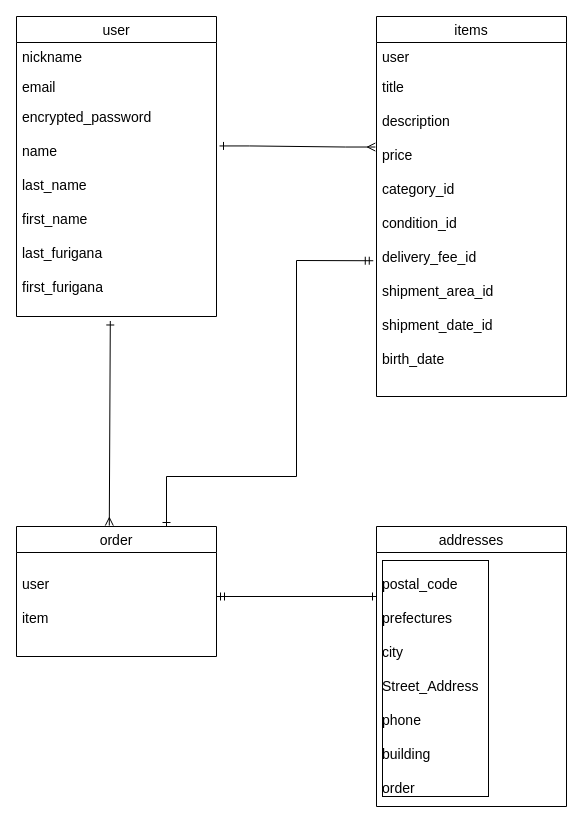
The draw.io diagram furima.dio in takanori-hagiwara/furima-33976, before the edit. Source tidied: cells renumbered, new cells numbered last; positions are measured from the earlier drawing's top-left corner, leaving out a move shared by most shapes. Both pictures are drawn from the tidied source at 100%, with x=0, y=0 at pixel (16, 16).
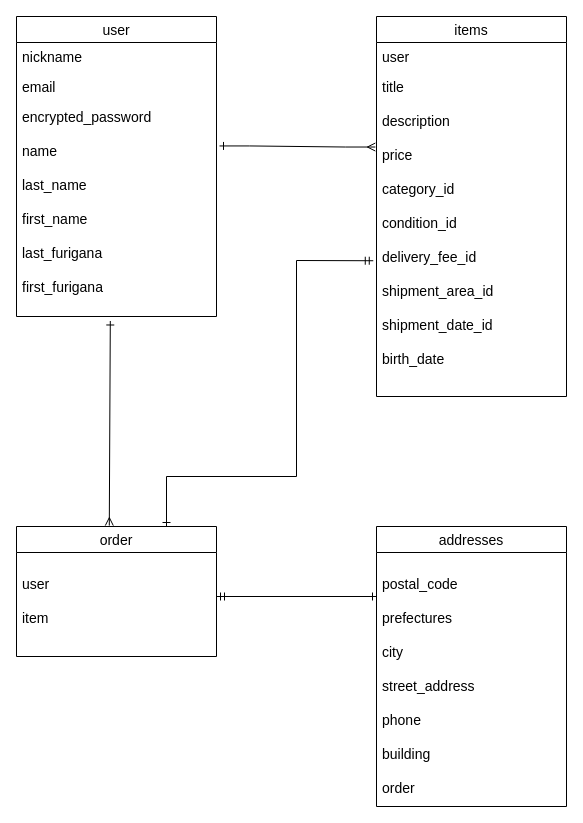
Above is the later version.

The edit, as a diff of the source:
```diff
@@
 <mxGraphModel>
   <root>
     <mxCell id="0" />
     <mxCell id="1" parent="0" />
     <mxCell id="2" value="addresses" style="swimlane;fontStyle=0;horizontal=1;startSize=26;align=center;fontSize=14;" parent="1" vertex="1">
       <mxGeometry x="360" y="510" width="190" height="280" as="geometry" />
     </mxCell>
-    <mxCell id="3" value="&#10;postal_code &#10;&#10;prefectures&#10;&#10;city &#10;&#10;Street_Address  &#10;&#10;phone &#10;&#10;building&#10;&#10;order" style="text;strokeColor=none;fillColor=none;spacingLeft=4;spacingRight=4;overflow=hidden;fontSize=14;labelBorderColor=#000000;" parent="2" vertex="1">
+    <mxCell id="3" value="&#10;postal_code &#10;&#10;prefectures&#10;&#10;city &#10;&#10;street_address  &#10;&#10;phone &#10;&#10;building&#10;&#10;order" style="text;strokeColor=none;fillColor=none;spacingLeft=4;spacingRight=4;overflow=hidden;fontSize=14;" parent="2" vertex="1">
       <mxGeometry y="26" width="190" height="254" as="geometry" />
     </mxCell>
     <mxCell id="4" value="items" style="swimlane;fontStyle=0;horizontal=1;startSize=26;align=center;fontSize=14;" parent="1" vertex="1">
       <mxGeometry x="360" width="190" height="380" as="geometry" />
     </mxCell>
     <mxCell id="5" value="user" style="text;strokeColor=none;fillColor=none;spacingLeft=4;spacingRight=4;overflow=hidden;fontSize=14;" parent="4" vertex="1">
       <mxGeometry y="26" width="190" height="30" as="geometry" />
     </mxCell>
     <mxCell id="6" value="title&#10;&#10;description&#10;&#10;price&#10;&#10;category_id&#10;&#10;condition_id&#10;&#10;delivery_fee_id&#10;&#10;shipment_area_id&#10;&#10;shipment_date_id&#10;&#10;birth_date" style="text;strokeColor=none;fillColor=none;spacingLeft=4;spacingRight=4;overflow=hidden;points=[[0,0.5],[1,0.5]];portConstraint=eastwest;fontSize=14;" parent="4" vertex="1">
       <mxGeometry y="56" width="190" height="324" as="geometry" />
     </mxCell>
     <mxCell id="7" value="user" style="swimlane;fontStyle=0;horizontal=1;startSize=26;align=center;fontSize=14;" parent="1" vertex="1">
       <mxGeometry width="200" height="300" as="geometry" />
     </mxCell>
     <mxCell id="8" value="nickname&#10;" style="text;strokeColor=none;fillColor=none;spacingLeft=4;spacingRight=4;overflow=hidden;fontSize=14;" parent="7" vertex="1">
       <mxGeometry y="26" width="200" height="30" as="geometry" />
     </mxCell>
     <mxCell id="9" value="email" style="text;strokeColor=none;fillColor=none;spacingLeft=4;spacingRight=4;overflow=hidden;fontSize=14;" parent="7" vertex="1">
       <mxGeometry y="56" width="200" height="30" as="geometry" />
     </mxCell>
     <mxCell id="10" value="encrypted_password&#10;&#10;name&#10;&#10;last_name&#10;&#10;first_name&#10;&#10;last_furigana&#10;&#10;first_furigana" style="text;strokeColor=none;fillColor=none;spacingLeft=4;spacingRight=4;overflow=hidden;points=[[0,0.5],[1,0.5]];portConstraint=eastwest;fontSize=14;fontColor=#000000;" parent="7" vertex="1">
       <mxGeometry y="86" width="200" height="214" as="geometry" />
     </mxCell>
     <mxCell id="11" style="edgeStyle=entityRelationEdgeStyle;fontSize=12;html=1;endArrow=ERmany;endFill=0;entryX=-0.006;entryY=0.23;entryDx=0;entryDy=0;entryPerimeter=0;startArrow=ERone;startFill=0;exitX=1.015;exitY=0.203;exitDx=0;exitDy=0;exitPerimeter=0;rounded=0;" parent="1" edge="1" source="10" target="6">
       <mxGeometry relative="1" as="geometry" />
     </mxCell>
     <mxCell id="12" value="order" style="swimlane;fontStyle=0;horizontal=1;startSize=26;align=center;fontSize=14;" parent="1" vertex="1">
       <mxGeometry y="510" width="200" height="130" as="geometry" />
     </mxCell>
     <mxCell id="13" value="&#10;user&#10;&#10;item" style="text;strokeColor=none;fillColor=none;spacingLeft=4;spacingRight=4;overflow=hidden;fontSize=14;" parent="12" vertex="1">
       <mxGeometry y="26" width="200" height="104" as="geometry" />
     </mxCell>
     <mxCell id="14" style="endArrow=ERone;html=1;rounded=0;startArrow=ERmandOne;startFill=0;endFill=0;" parent="1" edge="1">
       <mxGeometry relative="1" as="geometry">
         <mxPoint x="200" y="580" as="sourcePoint" />
         <mxPoint x="360" y="580" as="targetPoint" />
       </mxGeometry>
     </mxCell>
     <mxCell id="15" style="endArrow=ERmany;html=1;rounded=0;startArrow=ERone;startFill=0;endFill=0;exitX=0.469;exitY=1.021;exitDx=0;exitDy=0;exitPerimeter=0;entryX=0.464;entryY=-0.007;entryDx=0;entryDy=0;entryPerimeter=0;" parent="1" edge="1" source="10" target="12">
       <mxGeometry relative="1" as="geometry" />
     </mxCell>
     <mxCell id="16" style="endArrow=ERmandOne;html=1;rounded=0;exitX=0.75;exitY=0;exitDx=0;exitDy=0;entryX=-0.017;entryY=0.581;entryDx=0;entryDy=0;entryPerimeter=0;endFill=0;startArrow=ERone;startFill=0;" parent="1" edge="1" source="12" target="6">
       <mxGeometry relative="1" as="geometry">
         <Array as="points">
           <mxPoint x="150" y="460" />
           <mxPoint x="280" y="460" />
           <mxPoint x="280" y="244" />
         </Array>
       </mxGeometry>
     </mxCell>
   </root>
 </mxGraphModel>
```
